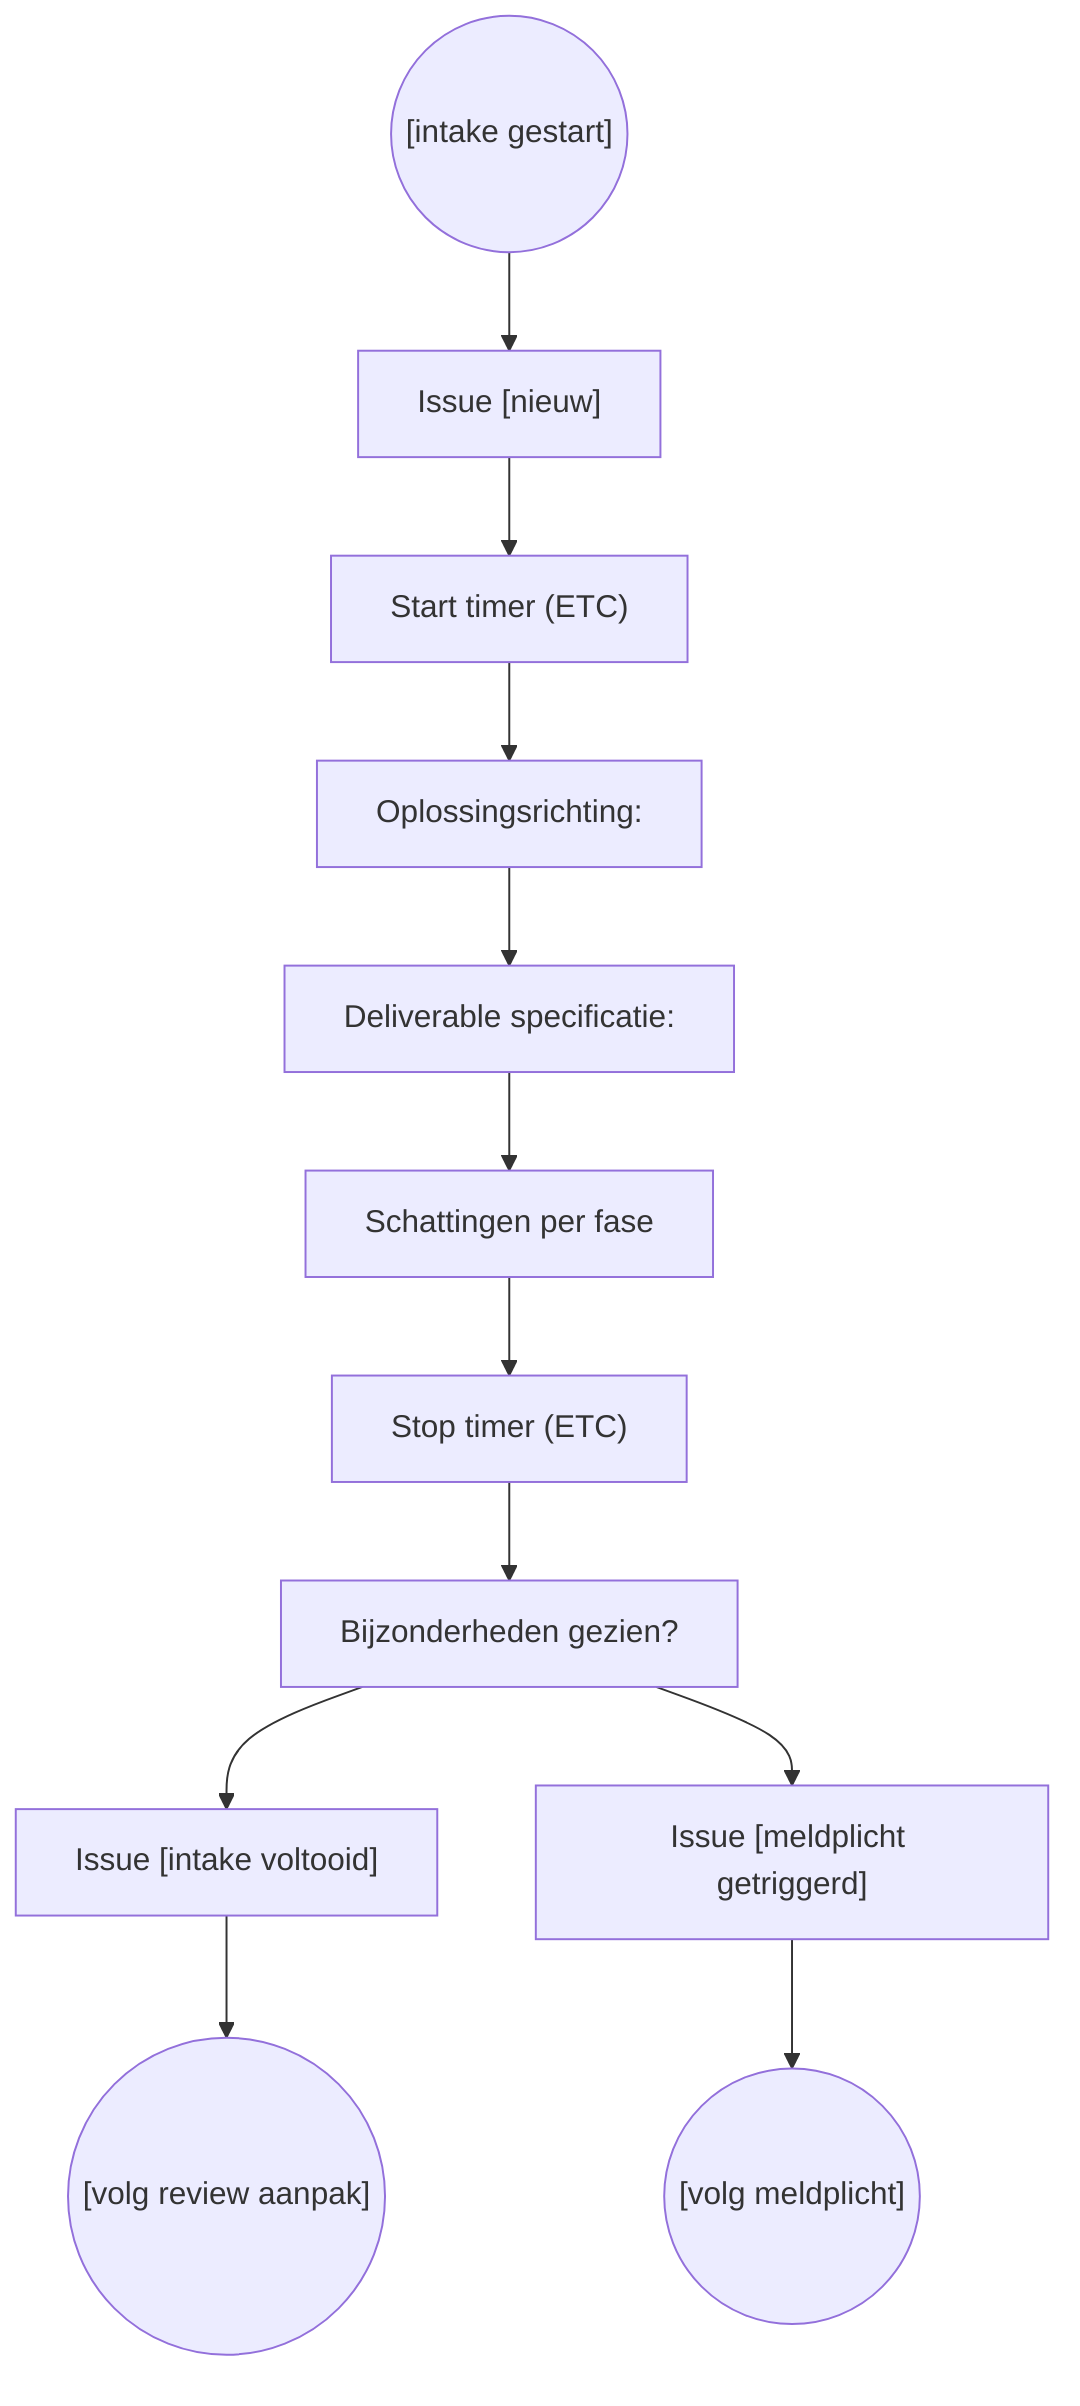
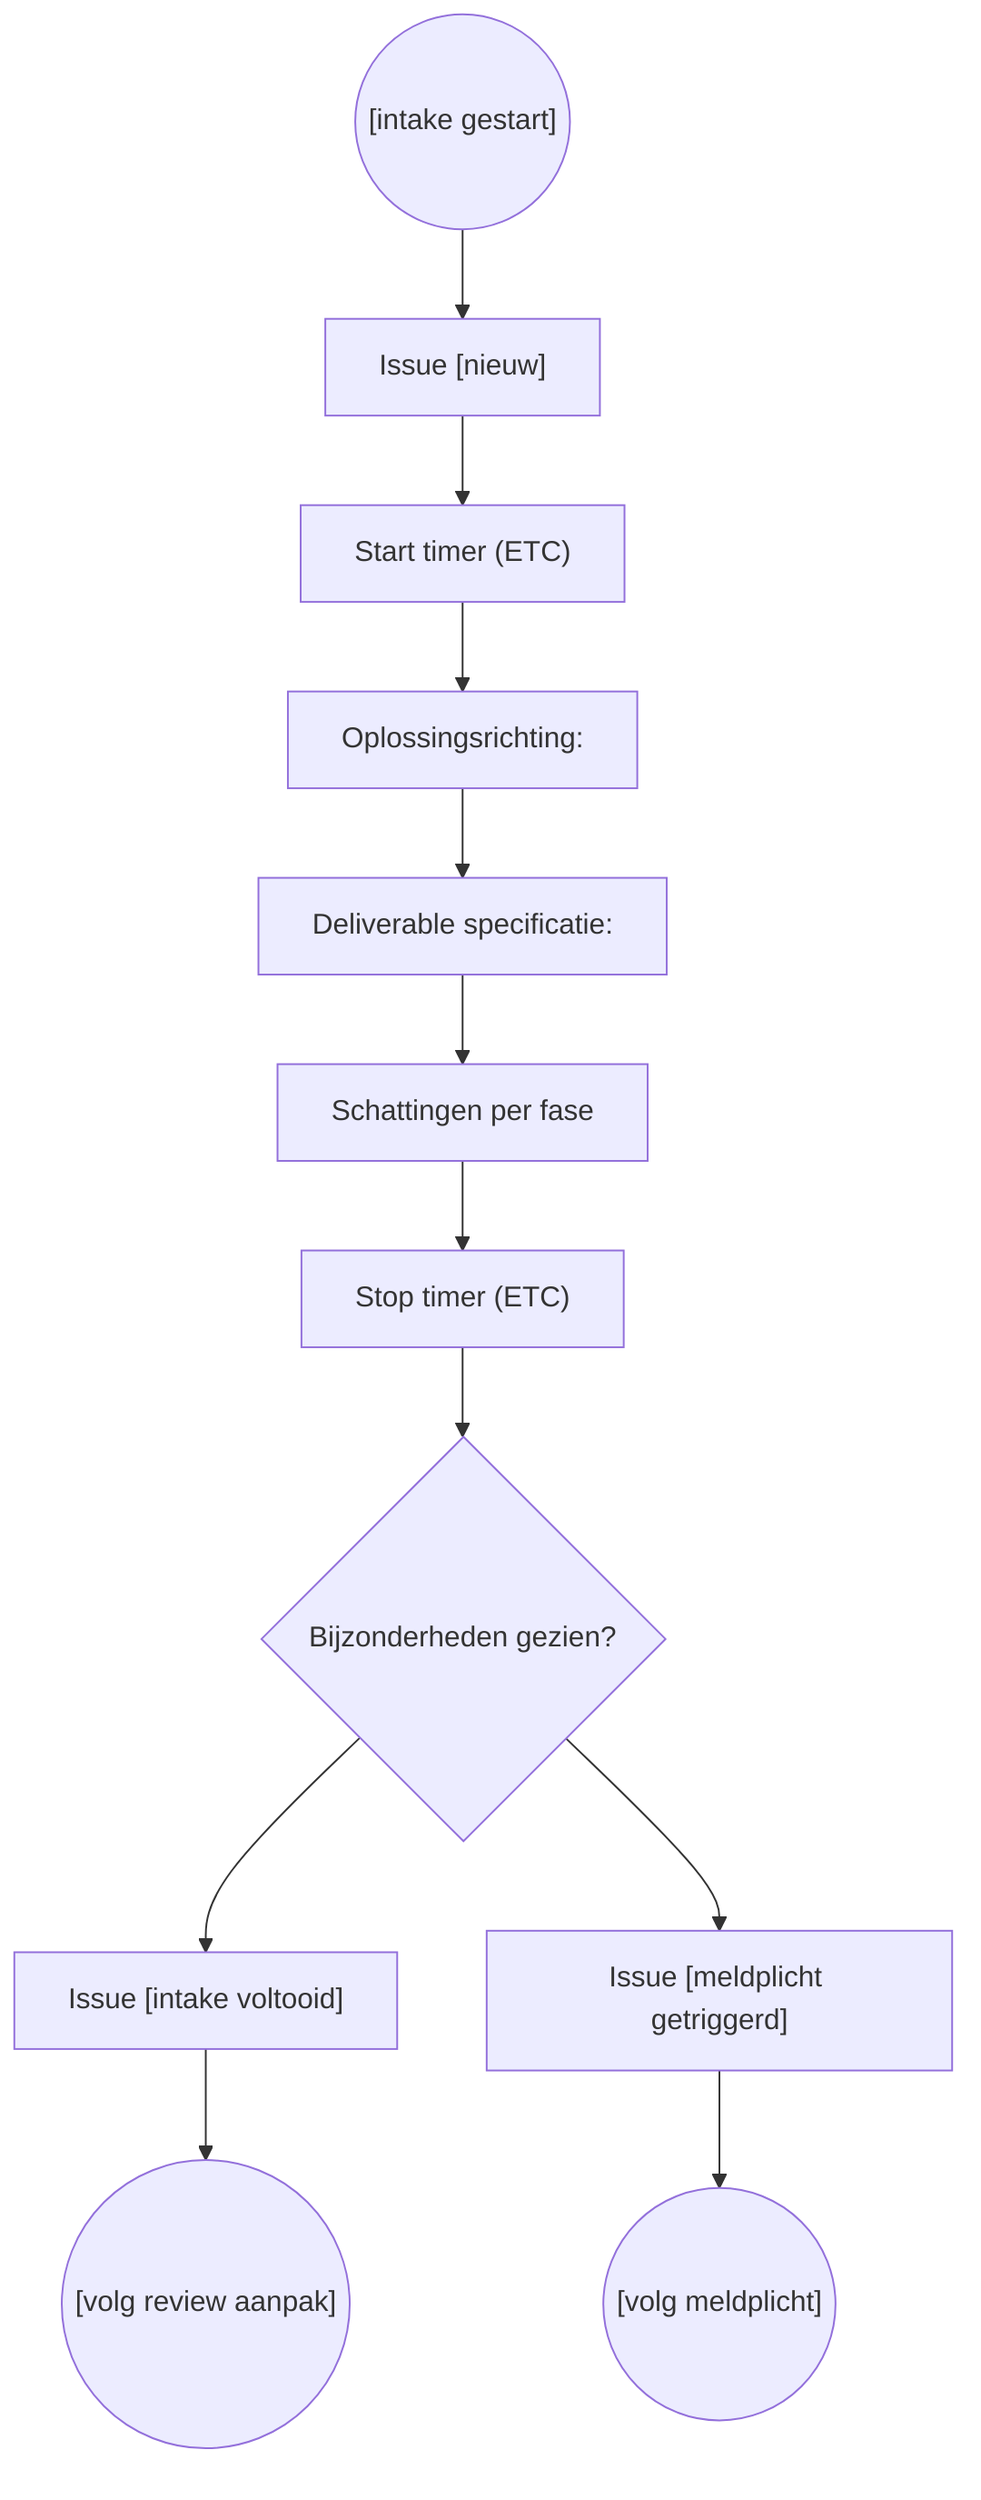
- graph TD
+ flowchart TD
    bpmn_start_event(("[intake gestart]"))
    bpmn_task_nieuw["Issue [nieuw]"]
    bpmn_task_start_timer["Start timer (ETC)"]
    bpmn_task_oplossingsrichting["Oplossingsrichting:"]
    bpmn_task_deliverables["Deliverable specificatie:"]
    bpmn_task_planning["Schattingen per fase"]
    bpmn_task_stop_timer["Stop timer (ETC)"]
-     bpmn_gateway_bijzonderheden["Bijzonderheden gezien?"]
+     bpmn_gateway_bijzonderheden{"Bijzonderheden gezien?"}
    bpmn_task_intake_voltooid["Issue [intake voltooid]"]
    bpmn_end_aanpak(("[volg review aanpak]"))
    bpmn_task_meldplicht_getriggerd["Issue [meldplicht getriggerd]"]
    bpmn_end_meldplicht(("[volg meldplicht]"))
    bpmn_start_event --> bpmn_task_nieuw
    bpmn_task_nieuw --> bpmn_task_start_timer
    bpmn_task_start_timer --> bpmn_task_oplossingsrichting
    bpmn_task_oplossingsrichting --> bpmn_task_deliverables
    bpmn_task_deliverables --> bpmn_task_planning
    bpmn_task_planning --> bpmn_task_stop_timer
    bpmn_task_stop_timer --> bpmn_gateway_bijzonderheden
    bpmn_gateway_bijzonderheden --> bpmn_task_intake_voltooid
    bpmn_task_intake_voltooid --> bpmn_end_aanpak
    bpmn_gateway_bijzonderheden --> bpmn_task_meldplicht_getriggerd
    bpmn_task_meldplicht_getriggerd --> bpmn_end_meldplicht
